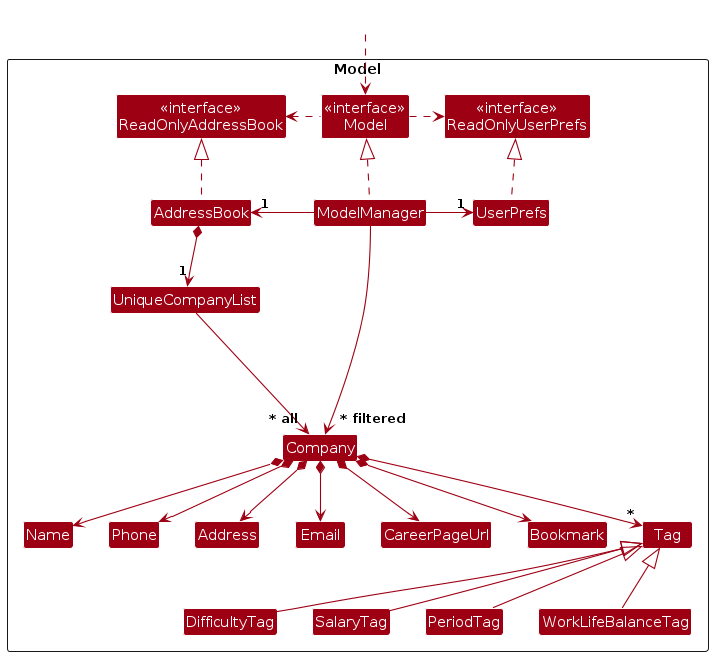
AY2425S1-CS2103T-F10-4/tp keeps this PlantUML diagram as diagrams/ModelClassDiagram.png. Above is the earlier version. Its source is kept beside it as diagrams/ModelClassDiagram.puml.
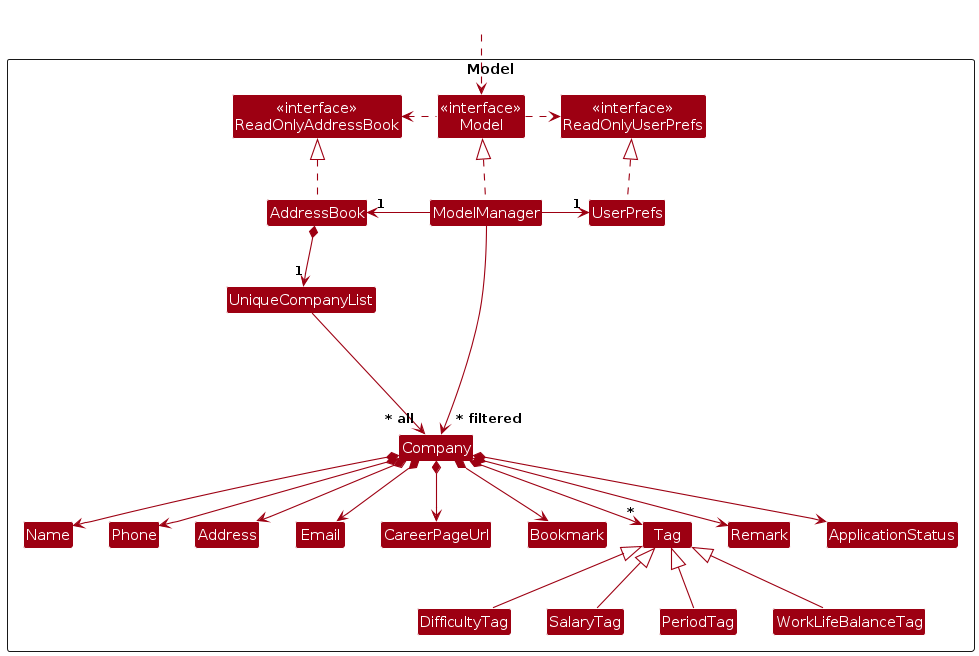
After the commit.

Change to the diagram source:
```diff
@@ -21,6 +21,8 @@
 Class Phone
 Class Tag
 Class Bookmark
+Class Remark
+Class ApplicationStatus
 Class DifficultyTag
 Class SalaryTag
 Class PeriodTag
@@ -51,6 +53,8 @@
 Company *--> Bookmark
 Company *--> CareerPageUrl
 Company *--> Address
+Company *--> Remark
+Company *--> ApplicationStatus
 Company *--> "*" Tag
 
 Tag <|-- SalaryTag
```
